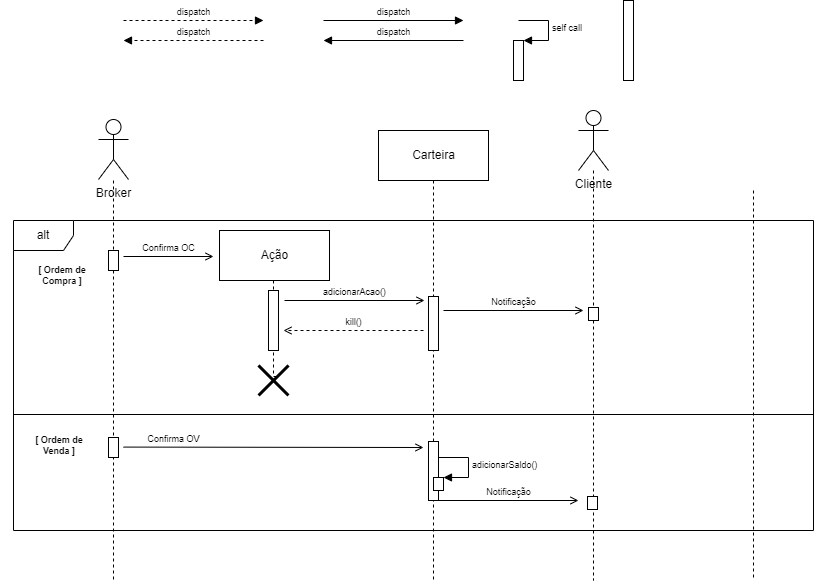
Above: MarketDiagramasDeSequencia/MarketSequencia04.drawio.png in EijiDogen/FEI_MDSMarket (draw.io), before the change. Source tidied: cells renumbered, new cells last; positions are measured from the earlier drawing's top-left corner, leaving out a move shared by most shapes.
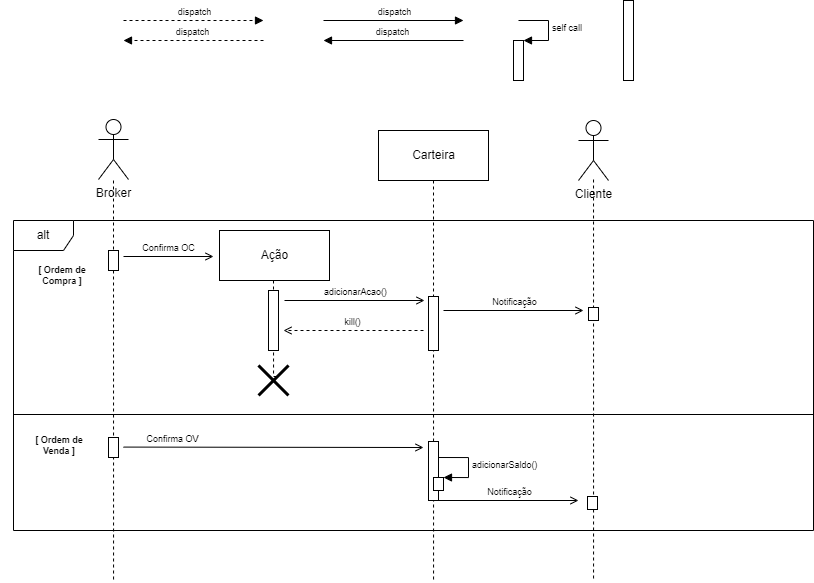
Above is the later version.

Diff of the diagram source:
```diff
@@ -21,17 +21,8 @@
         </Array>
       </mxGeometry>
     </mxCell>
-    <mxCell id="7" style="edgeStyle=orthogonalEdgeStyle;rounded=0;orthogonalLoop=1;jettySize=auto;html=1;dashed=1;endArrow=none;endFill=0;" parent="5" edge="1">
-      <mxGeometry relative="1" as="geometry">
-        <mxPoint x="753" y="190" as="sourcePoint" />
-        <mxPoint x="753" y="580" as="targetPoint" />
-        <Array as="points">
-          <mxPoint x="753" y="580" />
-        </Array>
-      </mxGeometry>
-    </mxCell>
     <mxCell id="8" value="Cliente" style="shape=umlActor;verticalLabelPosition=bottom;verticalAlign=top;html=1;" parent="5" vertex="1">
-      <mxGeometry x="578" y="110" width="30" height="60" as="geometry" />
+      <mxGeometry x="578" y="120" width="30" height="60" as="geometry" />
     </mxCell>
     <mxCell id="9" style="edgeStyle=orthogonalEdgeStyle;rounded=0;orthogonalLoop=1;jettySize=auto;html=1;dashed=1;endArrow=none;endFill=0;anchorPointDirection=1;" parent="5" edge="1">
       <mxGeometry relative="1" as="geometry">
@@ -44,8 +35,8 @@
     </mxCell>
     <mxCell id="10" style="edgeStyle=orthogonalEdgeStyle;rounded=0;orthogonalLoop=1;jettySize=auto;html=1;dashed=1;endArrow=none;endFill=0;" parent="5" edge="1">
       <mxGeometry relative="1" as="geometry">
-        <mxPoint x="593" y="170" as="sourcePoint" />
-        <mxPoint x="593" y="580" as="targetPoint" />
+        <mxPoint x="593" y="179" as="sourcePoint" />
+        <mxPoint x="592" y="580" as="targetPoint" />
         <Array as="points">
           <mxPoint x="593" y="580" />
         </Array>
```
